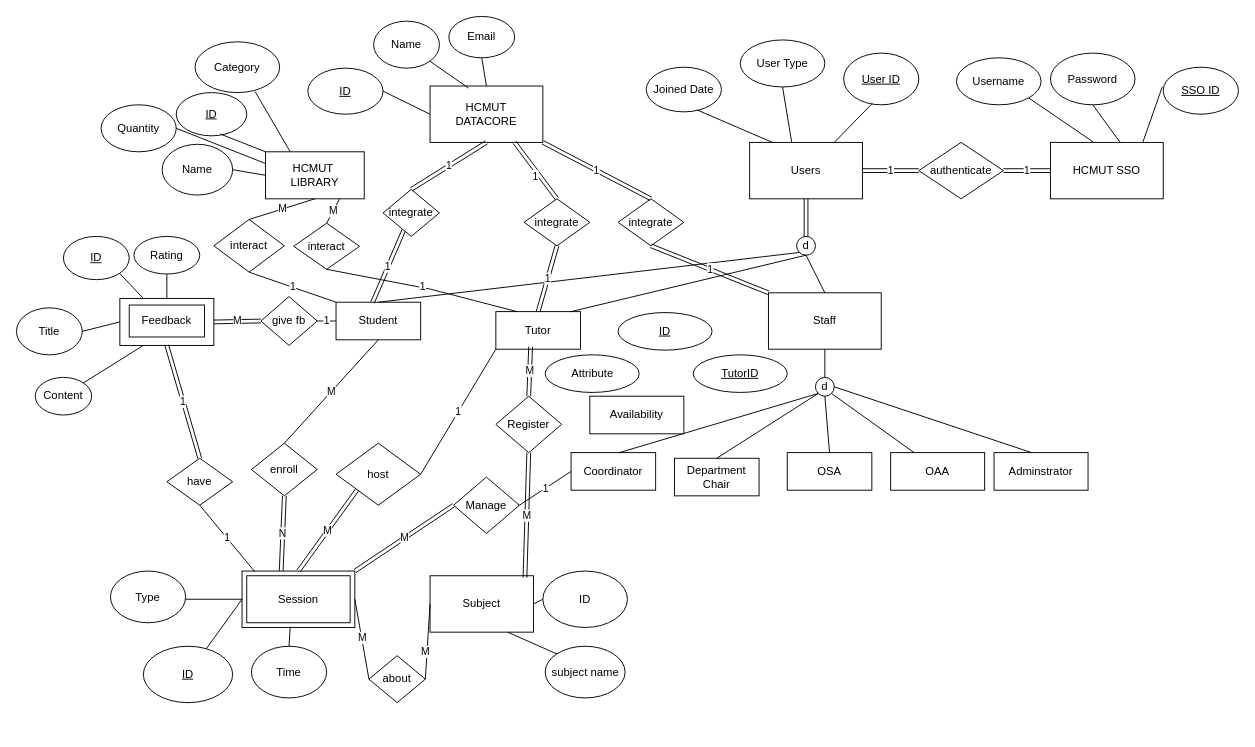
The draw.io diagram Untitled Diagram.drawio in Sonhoangvo/csdl, before the edit. Source tidied: cells renumbered, new cells numbered last; positions are measured from the earlier drawing's top-left corner, leaving out a move shared by most shapes. Both pictures are drawn from the tidied source at 94%, with x=0, y=0 at pixel (16, 16).
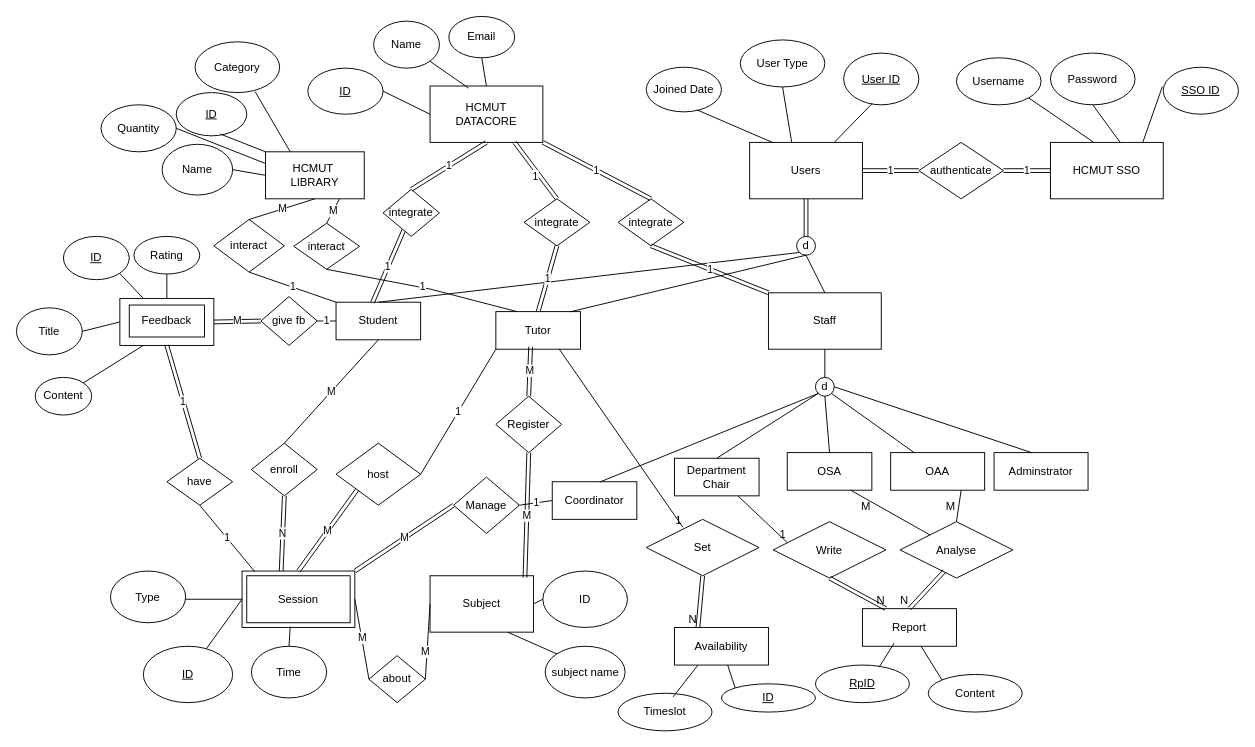
After the change.

The change refers to these unchanged cells:
```xml
<mxCell id="8" value="Tutor" style="rounded=0;whiteSpace=wrap;html=1;" parent="1" vertex="1">
  <mxGeometry x="510" y="314" width="90" height="40" as="geometry" />
</mxCell>
<mxCell id="9" value="Department Chair" style="rounded=0;whiteSpace=wrap;html=1;" parent="1" vertex="1">
  <mxGeometry x="700" y="470" width="90" height="40" as="geometry" />
</mxCell>
<mxCell id="11" value="OSA" style="rounded=0;whiteSpace=wrap;html=1;" parent="1" vertex="1">
  <mxGeometry x="820" y="464" width="90" height="40" as="geometry" />
</mxCell>
<mxCell id="12" value="OAA" style="rounded=0;whiteSpace=wrap;html=1;" parent="1" vertex="1">
  <mxGeometry x="930" y="464" width="100" height="40" as="geometry" />
</mxCell>
```

Change to the diagram source:
```diff
@@
     <mxCell id="10" value="Coordinator" style="rounded=0;whiteSpace=wrap;html=1;" parent="1" vertex="1">
-      <mxGeometry x="590" y="464" width="90" height="40" as="geometry" />
+      <mxGeometry x="570" y="495" width="90" height="40" as="geometry" />
     </mxCell>
@@
     <mxCell id="117" value="Availability" style="whiteSpace=wrap;html=1;align=center;" parent="1" vertex="1">
-      <mxGeometry x="610" y="404" width="100" height="40" as="geometry" />
+      <mxGeometry x="700" y="650" width="100" height="40" as="geometry" />
     </mxCell>
     <mxCell id="118" value="&lt;u&gt;ID&lt;/u&gt;" style="ellipse;whiteSpace=wrap;html=1;align=center;" parent="1" vertex="1">
-      <mxGeometry x="640" y="315" width="100" height="40" as="geometry" />
+      <mxGeometry x="750" y="710" width="100" height="30" as="geometry" />
     </mxCell>
-    <mxCell id="119" value="&lt;u&gt;TutorID&lt;/u&gt;" style="ellipse;whiteSpace=wrap;html=1;align=center;" parent="1" vertex="1">
-      <mxGeometry x="720" y="360" width="100" height="40" as="geometry" />
-    </mxCell>
-    <mxCell id="120" value="Attribute" style="ellipse;whiteSpace=wrap;html=1;align=center;" parent="1" vertex="1">
-      <mxGeometry x="562.5" y="360" width="100" height="40" as="geometry" />
+    <mxCell id="120" value="Timeslot" style="ellipse;whiteSpace=wrap;html=1;align=center;" parent="1" vertex="1">
+      <mxGeometry x="640" y="720" width="100" height="40" as="geometry" />
     </mxCell>
+    <mxCell id="121" style="endArrow=none;html=1;rounded=0;entryX=0;entryY=0;entryDx=0;entryDy=0;" parent="1" edge="1" source="117" target="118">
+      <mxGeometry relative="1" as="geometry" />
+    </mxCell>
+    <mxCell id="122" style="endArrow=none;html=1;rounded=0;entryX=0.25;entryY=1;entryDx=0;entryDy=0;exitX=0.586;exitY=0.095;exitDx=0;exitDy=0;exitPerimeter=0;" parent="1" edge="1" source="120" target="117">
+      <mxGeometry relative="1" as="geometry" />
+    </mxCell>
+    <mxCell id="123" value="Set" style="shape=rhombus;perimeter=rhombusPerimeter;whiteSpace=wrap;html=1;align=center;" parent="1" vertex="1">
+      <mxGeometry x="670" y="535" width="120" height="60" as="geometry" />
+    </mxCell>
+    <mxCell id="124" style="shape=link;html=1;rounded=0;entryX=0.25;entryY=0;entryDx=0;entryDy=0;exitX=0.5;exitY=1;exitDx=0;exitDy=0;" parent="1" edge="1" source="123" target="117">
+      <mxGeometry relative="1" as="geometry" />
+    </mxCell>
+    <mxCell id="125" value="N" style="html=1;whiteSpace=wrap;align=right;verticalAlign=bottom;" parent="124" vertex="1">
+      <mxGeometry x="1" relative="1" as="geometry" />
+    </mxCell>
+    <mxCell id="126" style="endArrow=none;html=1;rounded=0;exitX=0.75;exitY=1;exitDx=0;exitDy=0;entryX=0.325;entryY=0.14;entryDx=0;entryDy=0;entryPerimeter=0;" parent="1" edge="1" source="8" target="123">
+      <mxGeometry relative="1" as="geometry" />
+    </mxCell>
+    <mxCell id="127" value="1" style="html=1;whiteSpace=wrap;align=right;verticalAlign=bottom;" parent="126" vertex="1">
+      <mxGeometry x="1" relative="1" as="geometry" />
+    </mxCell>
+    <mxCell id="128" value="Report" style="whiteSpace=wrap;html=1;align=center;" parent="1" vertex="1">
+      <mxGeometry x="900" y="630" width="100" height="40" as="geometry" />
+    </mxCell>
+    <mxCell id="129" value="&lt;u&gt;RpID&lt;/u&gt;" style="ellipse;whiteSpace=wrap;html=1;align=center;" parent="1" vertex="1">
+      <mxGeometry x="850" y="690" width="100" height="40" as="geometry" />
+    </mxCell>
+    <mxCell id="130" value="Content" style="ellipse;whiteSpace=wrap;html=1;align=center;" parent="1" vertex="1">
+      <mxGeometry x="970" y="700" width="100" height="40" as="geometry" />
+    </mxCell>
+    <mxCell id="131" value="Write" style="shape=rhombus;perimeter=rhombusPerimeter;whiteSpace=wrap;html=1;align=center;" parent="1" vertex="1">
+      <mxGeometry x="805" y="537.5" width="120" height="60" as="geometry" />
+    </mxCell>
+    <mxCell id="132" style="endArrow=none;html=1;rounded=0;entryX=0.125;entryY=0.37;entryDx=0;entryDy=0;entryPerimeter=0;exitX=0.75;exitY=1;exitDx=0;exitDy=0;" parent="1" edge="1" source="9" target="131">
+      <mxGeometry relative="1" as="geometry" />
+    </mxCell>
+    <mxCell id="133" value="1" style="html=1;whiteSpace=wrap;align=right;verticalAlign=bottom;" parent="132" vertex="1">
+      <mxGeometry x="1" relative="1" as="geometry" />
+    </mxCell>
+    <mxCell id="134" style="endArrow=none;html=1;rounded=0;entryX=0;entryY=0;entryDx=0;entryDy=0;" parent="1" edge="1" source="128" target="130">
+      <mxGeometry relative="1" as="geometry" />
+    </mxCell>
+    <mxCell id="135" style="shape=link;html=1;rounded=0;entryX=0.25;entryY=0;entryDx=0;entryDy=0;exitX=0.5;exitY=1;exitDx=0;exitDy=0;" parent="1" edge="1" source="131" target="128">
+      <mxGeometry relative="1" as="geometry" />
+    </mxCell>
+    <mxCell id="136" value="N" style="html=1;whiteSpace=wrap;align=right;verticalAlign=bottom;" parent="135" vertex="1">
+      <mxGeometry x="1" relative="1" as="geometry" />
+    </mxCell>
+    <mxCell id="137" style="endArrow=none;html=1;rounded=0;entryX=0.338;entryY=0.915;entryDx=0;entryDy=0;entryPerimeter=0;exitX=0.678;exitY=0.055;exitDx=0;exitDy=0;exitPerimeter=0;" parent="1" edge="1" source="129" target="128">
+      <mxGeometry relative="1" as="geometry" />
+    </mxCell>
+    <mxCell id="138" value="Analyse" style="shape=rhombus;perimeter=rhombusPerimeter;whiteSpace=wrap;html=1;align=center;" parent="1" vertex="1">
+      <mxGeometry x="940" y="537.5" width="120" height="60" as="geometry" />
+    </mxCell>
+    <mxCell id="139" style="shape=link;html=1;rounded=0;entryX=0.5;entryY=0;entryDx=0;entryDy=0;exitX=0.395;exitY=0.872;exitDx=0;exitDy=0;exitPerimeter=0;" parent="1" edge="1" source="138" target="128">
+      <mxGeometry relative="1" as="geometry" />
+    </mxCell>
+    <mxCell id="140" value="N" style="html=1;whiteSpace=wrap;align=right;verticalAlign=bottom;" parent="139" vertex="1">
+      <mxGeometry x="1" relative="1" as="geometry" />
+    </mxCell>
+    <mxCell id="141" style="endArrow=none;html=1;rounded=0;entryX=0.75;entryY=1;entryDx=0;entryDy=0;exitX=0.5;exitY=0;exitDx=0;exitDy=0;" parent="1" edge="1" source="138" target="12">
+      <mxGeometry relative="1" as="geometry" />
+    </mxCell>
+    <mxCell id="142" value="M" style="html=1;whiteSpace=wrap;align=right;verticalAlign=bottom;" parent="141" vertex="1">
+      <mxGeometry x="1" relative="1" as="geometry">
+        <mxPoint x="-5" y="26" as="offset" />
+      </mxGeometry>
+    </mxCell>
+    <mxCell id="143" style="endArrow=none;html=1;rounded=0;exitX=0.75;exitY=1;exitDx=0;exitDy=0;" parent="1" edge="1" source="11" target="138">
+      <mxGeometry relative="1" as="geometry" />
+    </mxCell>
+    <mxCell id="144" value="M" style="html=1;whiteSpace=wrap;align=right;verticalAlign=bottom;" parent="143" vertex="1">
+      <mxGeometry x="1" relative="1" as="geometry">
+        <mxPoint x="-62" y="-22" as="offset" />
+      </mxGeometry>
+    </mxCell>
```
